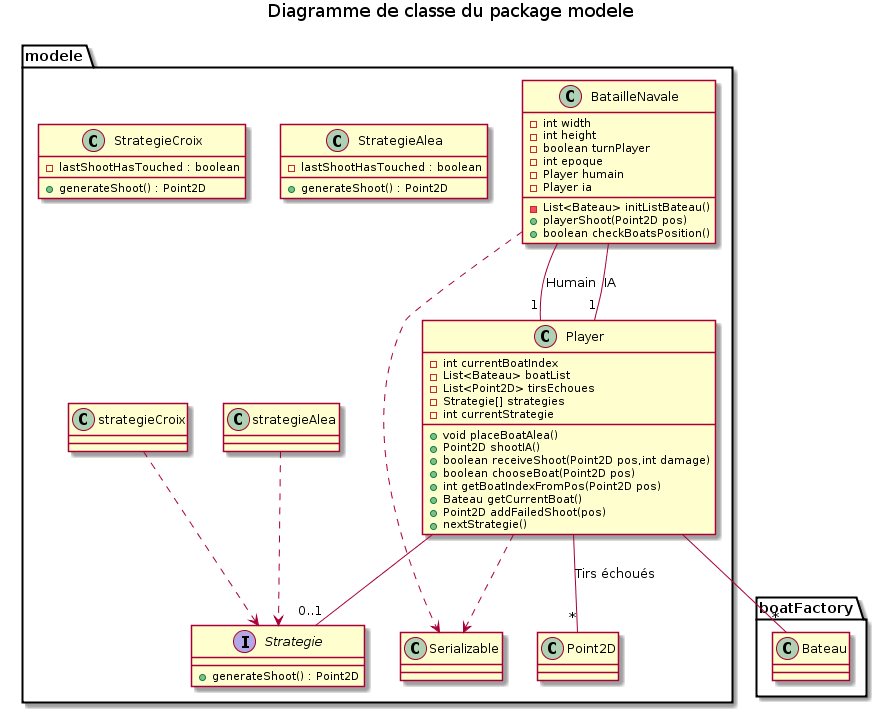
This is conception/final/diag_classe_package_modele.png from AntoineCourtil/CAD2018_Laraclette, a PlantUML export, as it was before one commit.
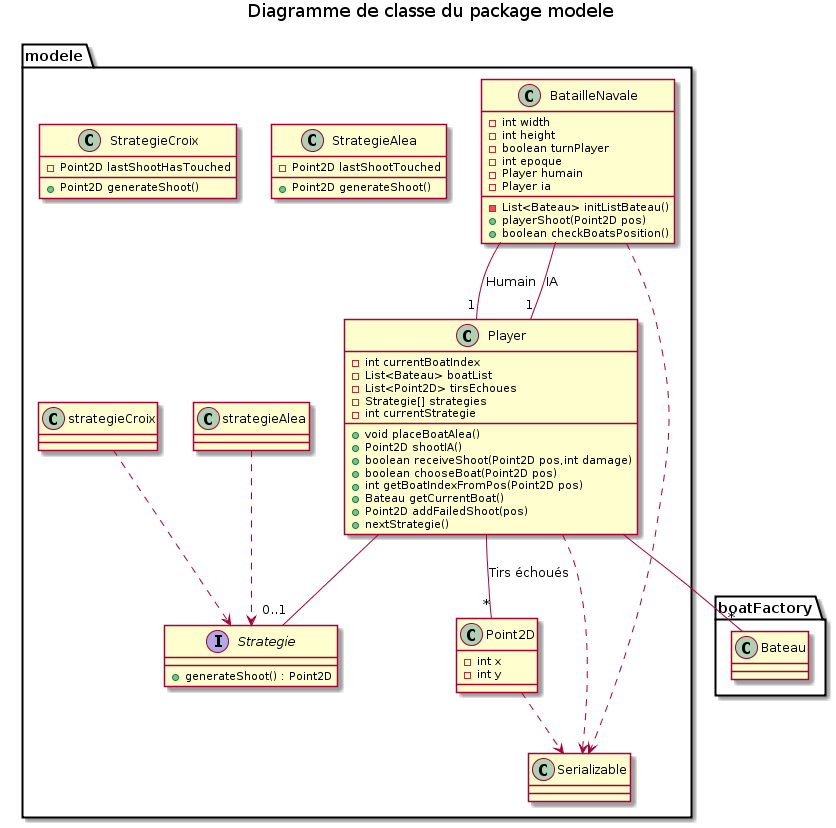
After the change.

Diff of the diagram source:
```diff
@@ -43,16 +43,18 @@
     }
 
     class StrategieAlea{
-        - lastShootHasTouched : boolean
-        + generateShoot() : Point2D
+        - Point2D lastShootTouched
+        + Point2D generateShoot()
     }
 
     class StrategieCroix{
-        - lastShootHasTouched : boolean
-        + generateShoot() : Point2D
+        - Point2D lastShootHasTouched
+        + Point2D generateShoot()
     }
 
     class Point2D{
+        - int x
+        - int y
     }
 
 
@@ -61,6 +63,7 @@
     BatailleNavale --"1" Player : "Humain"
     BatailleNavale --"1" Player : "IA"
     BatailleNavale ..> Serializable
+    Point2D ..> Serializable
 }
 
 
```
